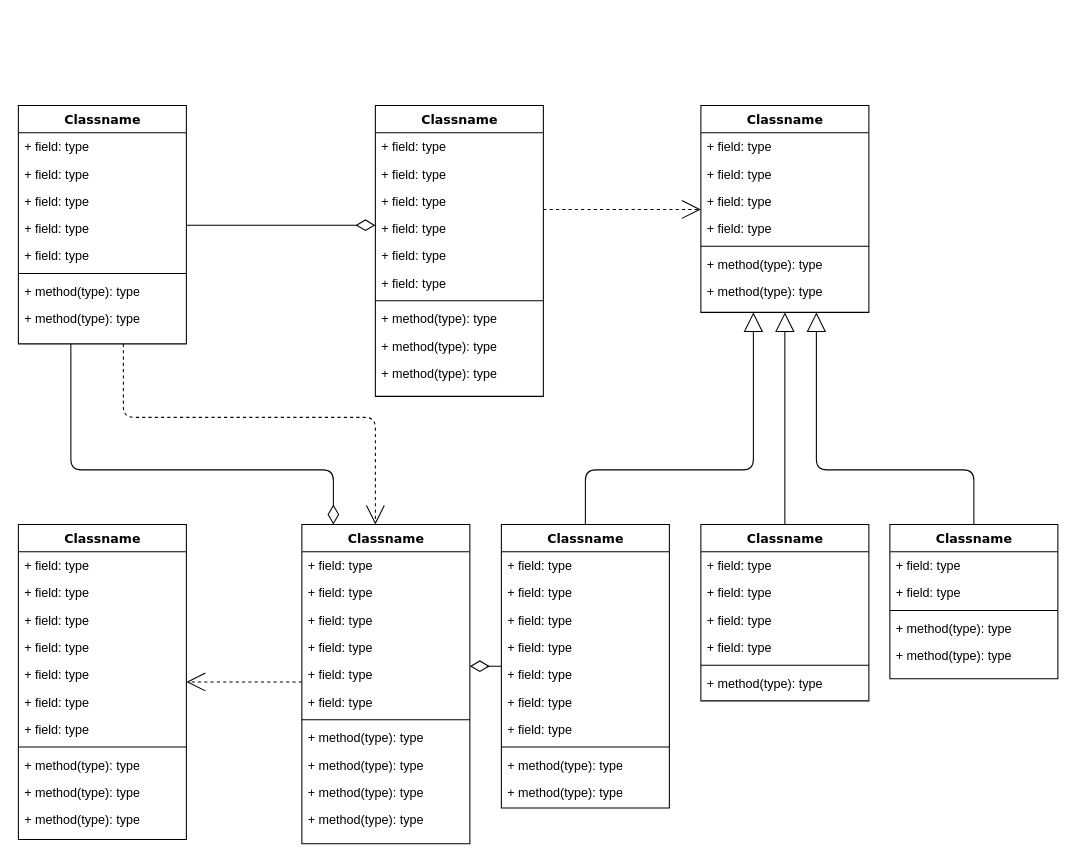
Earlier version of the draw.io diagram 论文查重服务.drawio (yisqiu/SimpleMap-wx). Source tidied: cells renumbered, new cells numbered last; positions are measured from the earlier drawing's top-left corner, leaving out a move shared by most shapes. Both pictures are drawn from the tidied source at 105%, with x=0, y=0 at pixel (18, 105).
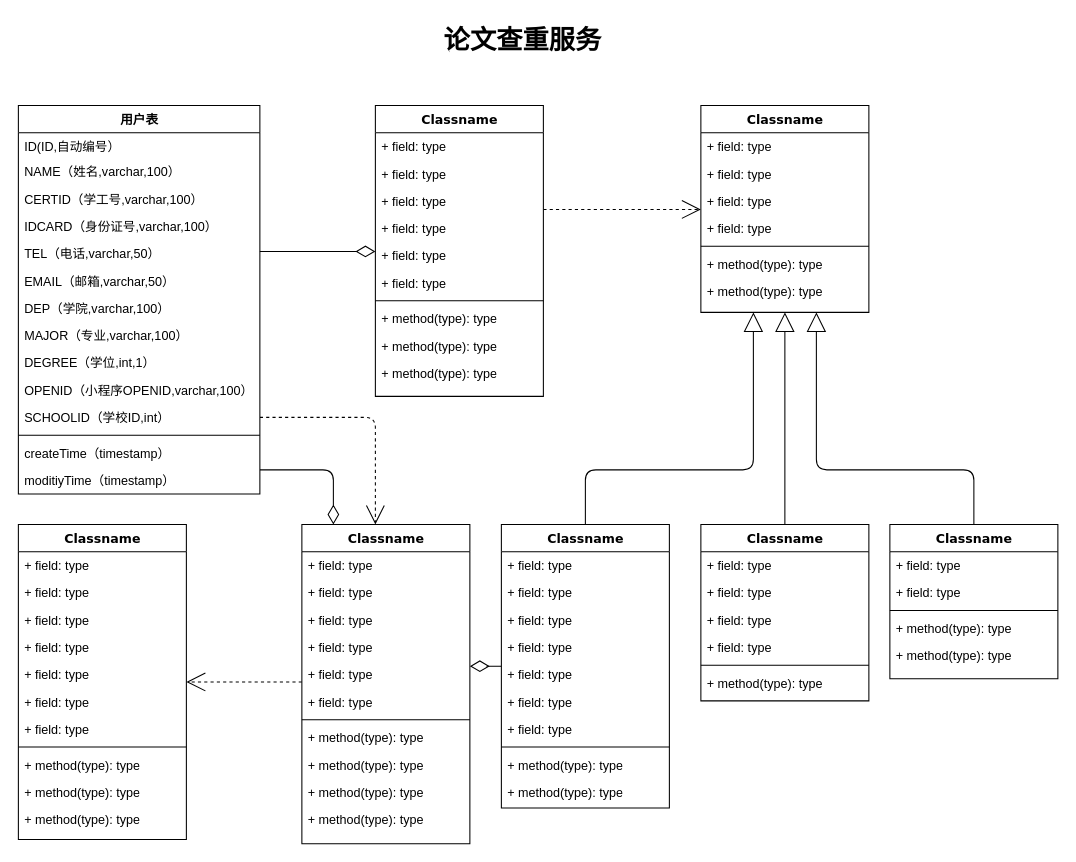
Above is the later version.

Commit message:
更新论文查重服务.drawio

What changed in the source:
```diff
@@
-    <mxCell id="4" value="Classname" style="swimlane;html=1;fontStyle=1;align=center;verticalAlign=top;horizontal=1;startSize=26;swimlaneFillColor=#ffffff;rounded=0;shadow=0;comic=0;labelBackgroundColor=none;strokeWidth=1;fillColor=none;fontFamily=Verdana;fontSize=12;" parent="1" vertex="1">
-      <mxGeometry width="160" height="227" as="geometry" />
+    <mxCell id="4" value="用户表" style="swimlane;html=1;fontStyle=1;align=center;verticalAlign=top;horizontal=1;startSize=26;swimlaneFillColor=#ffffff;rounded=0;shadow=0;comic=0;labelBackgroundColor=none;strokeWidth=1;fillColor=none;fontFamily=Verdana;fontSize=12;" parent="1" vertex="1">
+      <mxGeometry width="230" height="370" as="geometry" />
     </mxCell>
+    <mxCell id="87" value="ID(ID,自动编号）" style="text;html=1;strokeColor=none;fillColor=none;align=left;verticalAlign=top;spacingLeft=4;spacingRight=4;whiteSpace=wrap;overflow=hidden;" parent="4" vertex="1">
+      <mxGeometry y="26" width="230" height="24" as="geometry" />
+    </mxCell>
+    <mxCell id="88" value="NAME（姓名,varchar,100）" style="text;html=1;strokeColor=none;fillColor=none;align=left;verticalAlign=top;spacingLeft=4;spacingRight=4;whiteSpace=wrap;overflow=hidden;" parent="4" vertex="1">
+      <mxGeometry y="50" width="230" height="26" as="geometry" />
+    </mxCell>
-    <mxCell id="5" value="+ field: type" style="text;html=1;strokeColor=none;fillColor=none;align=left;verticalAlign=top;spacingLeft=4;spacingRight=4;whiteSpace=wrap;overflow=hidden;" parent="4" vertex="1">
-      <mxGeometry y="26" width="160" height="26" as="geometry" />
+    <mxCell id="5" value="CERTID（学工号,varchar,100）" style="text;html=1;strokeColor=none;fillColor=none;align=left;verticalAlign=top;spacingLeft=4;spacingRight=4;whiteSpace=wrap;overflow=hidden;" parent="4" vertex="1">
+      <mxGeometry y="76" width="230" height="26" as="geometry" />
     </mxCell>
-    <mxCell id="6" value="+ field: type" style="text;html=1;strokeColor=none;fillColor=none;align=left;verticalAlign=top;spacingLeft=4;spacingRight=4;whiteSpace=wrap;overflow=hidden;" parent="4" vertex="1">
-      <mxGeometry y="52" width="160" height="26" as="geometry" />
+    <mxCell id="6" value="IDCARD（身份证号,varchar,100）" style="text;html=1;strokeColor=none;fillColor=none;align=left;verticalAlign=top;spacingLeft=4;spacingRight=4;whiteSpace=wrap;overflow=hidden;" parent="4" vertex="1">
+      <mxGeometry y="102" width="230" height="26" as="geometry" />
     </mxCell>
+    <mxCell id="9" value="TEL（电话,varchar,50）" style="text;html=1;strokeColor=none;fillColor=none;align=left;verticalAlign=top;spacingLeft=4;spacingRight=4;whiteSpace=wrap;overflow=hidden;" parent="4" vertex="1">
+      <mxGeometry y="128" width="230" height="26" as="geometry" />
+    </mxCell>
+    <mxCell id="89" value="EMAIL（邮箱,varchar,50）" style="text;html=1;strokeColor=none;fillColor=none;align=left;verticalAlign=top;spacingLeft=4;spacingRight=4;whiteSpace=wrap;overflow=hidden;" parent="4" vertex="1">
+      <mxGeometry y="154" width="230" height="26" as="geometry" />
+    </mxCell>
+    <mxCell id="90" value="DEP（学院,varchar,100）" style="text;html=1;strokeColor=none;fillColor=none;align=left;verticalAlign=top;spacingLeft=4;spacingRight=4;whiteSpace=wrap;overflow=hidden;" parent="4" vertex="1">
+      <mxGeometry y="180" width="230" height="26" as="geometry" />
+    </mxCell>
+    <mxCell id="91" value="MAJOR（专业,varchar,100）" style="text;html=1;strokeColor=none;fillColor=none;align=left;verticalAlign=top;spacingLeft=4;spacingRight=4;whiteSpace=wrap;overflow=hidden;" parent="4" vertex="1">
+      <mxGeometry y="206" width="230" height="26" as="geometry" />
+    </mxCell>
+    <mxCell id="92" value="DEGREE（学位,int,1）" style="text;html=1;strokeColor=none;fillColor=none;align=left;verticalAlign=top;spacingLeft=4;spacingRight=4;whiteSpace=wrap;overflow=hidden;" parent="4" vertex="1">
+      <mxGeometry y="232" width="230" height="26" as="geometry" />
+    </mxCell>
-    <mxCell id="7" value="+ field: type" style="text;html=1;strokeColor=none;fillColor=none;align=left;verticalAlign=top;spacingLeft=4;spacingRight=4;whiteSpace=wrap;overflow=hidden;" parent="4" vertex="1">
-      <mxGeometry y="78" width="160" height="26" as="geometry" />
+    <mxCell id="7" value="OPENID（小程序OPENID,varchar,100）" style="text;html=1;strokeColor=none;fillColor=none;align=left;verticalAlign=top;spacingLeft=4;spacingRight=4;whiteSpace=wrap;overflow=hidden;" parent="4" vertex="1">
+      <mxGeometry y="258" width="230" height="26" as="geometry" />
     </mxCell>
-    <mxCell id="8" value="+ field: type" style="text;html=1;strokeColor=none;fillColor=none;align=left;verticalAlign=top;spacingLeft=4;spacingRight=4;whiteSpace=wrap;overflow=hidden;" parent="4" vertex="1">
-      <mxGeometry y="104" width="160" height="26" as="geometry" />
+    <mxCell id="8" value="SCHOOLID（学校ID,int）" style="text;html=1;strokeColor=none;fillColor=none;align=left;verticalAlign=top;spacingLeft=4;spacingRight=4;whiteSpace=wrap;overflow=hidden;" parent="4" vertex="1">
+      <mxGeometry y="284" width="230" height="26" as="geometry" />
     </mxCell>
-    <mxCell id="9" value="+ field: type" style="text;html=1;strokeColor=none;fillColor=none;align=left;verticalAlign=top;spacingLeft=4;spacingRight=4;whiteSpace=wrap;overflow=hidden;" parent="4" vertex="1">
-      <mxGeometry y="130" width="160" height="26" as="geometry" />
-    </mxCell>
     <mxCell id="10" style="line;html=1;strokeWidth=1;fillColor=none;align=left;verticalAlign=middle;spacingTop=-1;spacingLeft=3;spacingRight=3;labelPosition=right;" parent="4" vertex="1">
-      <mxGeometry y="156" width="160" height="8" as="geometry" />
+      <mxGeometry y="310" width="230" height="8" as="geometry" />
     </mxCell>
-    <mxCell id="11" value="+ method(type): type" style="text;html=1;strokeColor=none;fillColor=none;align=left;verticalAlign=top;spacingLeft=4;spacingRight=4;whiteSpace=wrap;overflow=hidden;" parent="4" vertex="1">
-      <mxGeometry y="164" width="160" height="26" as="geometry" />
+    <mxCell id="11" value="createTime（timestamp）" style="text;html=1;strokeColor=none;fillColor=none;align=left;verticalAlign=top;spacingLeft=4;spacingRight=4;whiteSpace=wrap;overflow=hidden;" parent="4" vertex="1">
+      <mxGeometry y="318" width="230" height="26" as="geometry" />
     </mxCell>
-    <mxCell id="12" value="+ method(type): type" style="text;html=1;strokeColor=none;fillColor=none;align=left;verticalAlign=top;spacingLeft=4;spacingRight=4;whiteSpace=wrap;overflow=hidden;" parent="4" vertex="1">
-      <mxGeometry y="190" width="160" height="26" as="geometry" />
+    <mxCell id="12" value="moditiyTime（timestamp）" style="text;html=1;strokeColor=none;fillColor=none;align=left;verticalAlign=top;spacingLeft=4;spacingRight=4;whiteSpace=wrap;overflow=hidden;" parent="4" vertex="1">
+      <mxGeometry y="344" width="230" height="26" as="geometry" />
     </mxCell>
@@
+    <mxCell id="93" value="论文查重服务" style="text;html=1;align=center;verticalAlign=middle;fontSize=25;fontStyle=1;" parent="1" vertex="1">
+      <mxGeometry x="395" y="-83" width="170" height="40" as="geometry" />
+    </mxCell>
```
